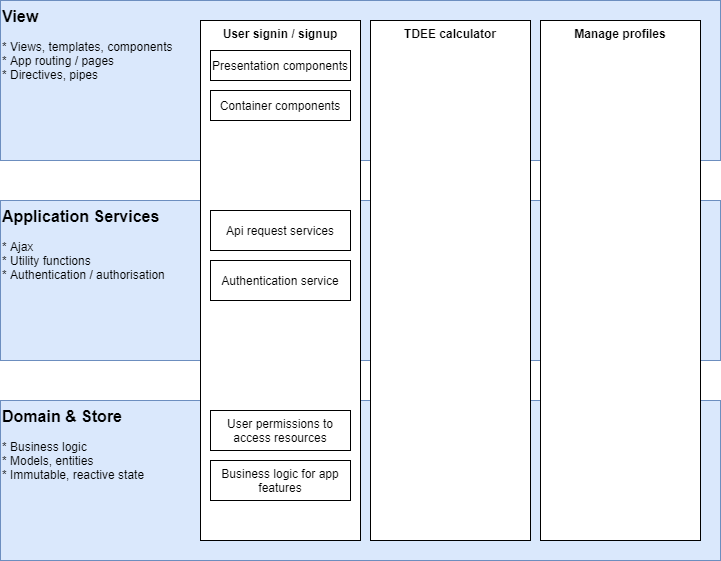
Above: doc-assets/3-layer-separation.png in nathan-andosen/3-layer-architecture (draw.io), before the change. Source tidied: cells renumbered, new cells last; positions are measured from the earlier drawing's top-left corner, leaving out a move shared by most shapes. Its diagram source:
```xml
<mxGraphModel>
  <root>
    <mxCell id="0" />
    <mxCell id="1" parent="0" />
    <mxCell id="2" value="&lt;font&gt;&lt;b style=&quot;font-size: 16px&quot;&gt;View&lt;/b&gt;&lt;br&gt;&lt;br&gt;&lt;font style=&quot;font-size: 12px&quot;&gt;* &lt;/font&gt;&lt;font style=&quot;font-size: 12px&quot;&gt;Views, templates, components&lt;br&gt;&lt;/font&gt;* App routing / pages&lt;br&gt;* Directives, pipes&lt;br&gt;&lt;/font&gt;" style="rounded=0;whiteSpace=wrap;html=1;align=left;verticalAlign=top;fillColor=#dae8fc;strokeColor=#6c8ebf;" parent="1" vertex="1">
      <mxGeometry width="720" height="160" as="geometry" />
    </mxCell>
    <mxCell id="3" value="&lt;font&gt;&lt;b style=&quot;font-size: 16px&quot;&gt;Application Services&lt;/b&gt;&lt;br&gt;&lt;br&gt;&lt;font style=&quot;font-size: 12px&quot;&gt;* Ajax&lt;br&gt;&lt;/font&gt;* Utility functions&lt;br&gt;* Authentication / authorisation&amp;nbsp;&lt;br&gt;&lt;/font&gt;" style="rounded=0;whiteSpace=wrap;html=1;align=left;verticalAlign=top;fillColor=#dae8fc;strokeColor=#6c8ebf;" parent="1" vertex="1">
      <mxGeometry y="200" width="720" height="160" as="geometry" />
    </mxCell>
    <mxCell id="4" value="&lt;font&gt;&lt;b style=&quot;font-size: 16px&quot;&gt;Domain &amp;amp; Store&lt;/b&gt;&lt;br&gt;&lt;br&gt;&lt;font style=&quot;font-size: 12px&quot;&gt;* Business logic&lt;br&gt;&lt;/font&gt;* Models, entities&lt;br&gt;* Immutable, reactive state&lt;br&gt;&lt;/font&gt;" style="rounded=0;whiteSpace=wrap;html=1;align=left;verticalAlign=top;fillColor=#dae8fc;strokeColor=#6c8ebf;" parent="1" vertex="1">
      <mxGeometry y="400" width="720" height="160" as="geometry" />
    </mxCell>
    <mxCell id="5" value="&lt;b&gt;&lt;font style=&quot;font-size: 12px&quot;&gt;User signin / signup&lt;/font&gt;&lt;/b&gt;" style="rounded=0;whiteSpace=wrap;html=1;align=center;verticalAlign=top;" parent="1" vertex="1">
      <mxGeometry x="200" y="20" width="160" height="520" as="geometry" />
    </mxCell>
    <mxCell id="6" value="&lt;b&gt;&lt;font style=&quot;font-size: 12px&quot;&gt;TDEE calculator&lt;/font&gt;&lt;/b&gt;" style="rounded=0;whiteSpace=wrap;html=1;align=center;verticalAlign=top;" parent="1" vertex="1">
      <mxGeometry x="370" y="20" width="160" height="520" as="geometry" />
    </mxCell>
    <mxCell id="7" value="&lt;b&gt;Manage profiles&lt;/b&gt;" style="rounded=0;whiteSpace=wrap;html=1;align=center;verticalAlign=top;" parent="1" vertex="1">
      <mxGeometry x="540" y="20" width="160" height="520" as="geometry" />
    </mxCell>
    <mxCell id="8" value="User permissions to access resources" style="rounded=0;whiteSpace=wrap;html=1;align=center;" parent="1" vertex="1">
      <mxGeometry x="210" y="410" width="140" height="40" as="geometry" />
    </mxCell>
    <mxCell id="9" value="Business logic for app features" style="rounded=0;whiteSpace=wrap;html=1;align=center;" parent="1" vertex="1">
      <mxGeometry x="210" y="460" width="140" height="40" as="geometry" />
    </mxCell>
    <mxCell id="10" value="Api request services" style="rounded=0;whiteSpace=wrap;html=1;align=center;" parent="1" vertex="1">
      <mxGeometry x="210" y="210" width="140" height="40" as="geometry" />
    </mxCell>
    <mxCell id="11" value="Presentation components" style="rounded=0;whiteSpace=wrap;html=1;align=center;" parent="1" vertex="1">
      <mxGeometry x="210" y="50" width="140" height="30" as="geometry" />
    </mxCell>
    <mxCell id="12" value="Container components" style="rounded=0;whiteSpace=wrap;html=1;align=center;" parent="1" vertex="1">
      <mxGeometry x="210" y="90" width="140" height="30" as="geometry" />
    </mxCell>
    <mxCell id="13" value="Authentication service" style="rounded=0;whiteSpace=wrap;html=1;align=center;" parent="1" vertex="1">
      <mxGeometry x="210" y="260" width="140" height="40" as="geometry" />
    </mxCell>
  </root>
</mxGraphModel>
```
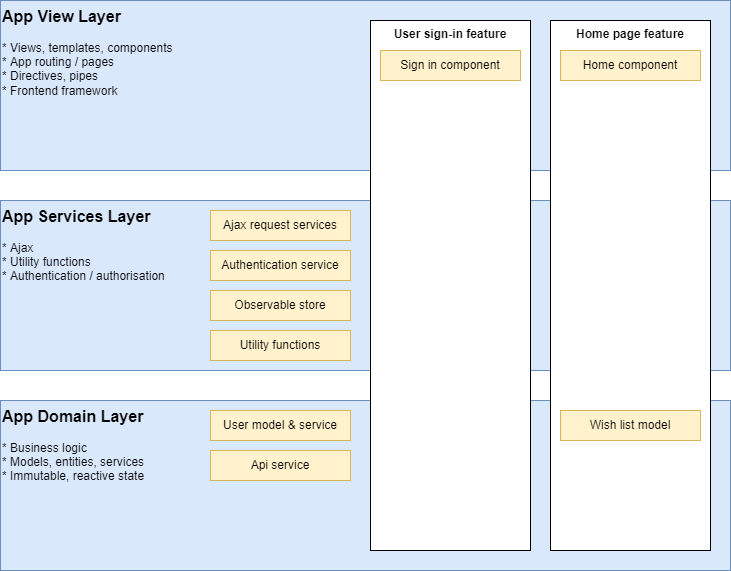
After the change.

The edit, as a diff of the source:
```diff
@@ -2,41 +2,47 @@
   <root>
     <mxCell id="0" />
     <mxCell id="1" parent="0" />
-    <mxCell id="2" value="&lt;font&gt;&lt;b style=&quot;font-size: 16px&quot;&gt;View&lt;/b&gt;&lt;br&gt;&lt;br&gt;&lt;font style=&quot;font-size: 12px&quot;&gt;* &lt;/font&gt;&lt;font style=&quot;font-size: 12px&quot;&gt;Views, templates, components&lt;br&gt;&lt;/font&gt;* App routing / pages&lt;br&gt;* Directives, pipes&lt;br&gt;&lt;/font&gt;" style="rounded=0;whiteSpace=wrap;html=1;align=left;verticalAlign=top;fillColor=#dae8fc;strokeColor=#6c8ebf;" parent="1" vertex="1">
-      <mxGeometry width="720" height="160" as="geometry" />
+    <mxCell id="2" value="&lt;font&gt;&lt;b style=&quot;font-size: 16px&quot;&gt;App View Layer&lt;/b&gt;&lt;br&gt;&lt;br&gt;&lt;font style=&quot;font-size: 12px&quot;&gt;* &lt;/font&gt;&lt;font style=&quot;font-size: 12px&quot;&gt;Views, templates, components&lt;br&gt;&lt;/font&gt;* App routing / pages&lt;br&gt;* Directives, pipes&lt;br&gt;* Frontend framework&lt;br&gt;&lt;/font&gt;" style="rounded=0;whiteSpace=wrap;html=1;align=left;verticalAlign=top;fillColor=#dae8fc;strokeColor=#6c8ebf;" parent="1" vertex="1">
+      <mxGeometry width="730" height="170" as="geometry" />
     </mxCell>
-    <mxCell id="3" value="&lt;font&gt;&lt;b style=&quot;font-size: 16px&quot;&gt;Application Services&lt;/b&gt;&lt;br&gt;&lt;br&gt;&lt;font style=&quot;font-size: 12px&quot;&gt;* Ajax&lt;br&gt;&lt;/font&gt;* Utility functions&lt;br&gt;* Authentication / authorisation&amp;nbsp;&lt;br&gt;&lt;/font&gt;" style="rounded=0;whiteSpace=wrap;html=1;align=left;verticalAlign=top;fillColor=#dae8fc;strokeColor=#6c8ebf;" parent="1" vertex="1">
-      <mxGeometry y="200" width="720" height="160" as="geometry" />
+    <mxCell id="3" value="&lt;font&gt;&lt;b style=&quot;font-size: 16px&quot;&gt;App Services Layer&lt;/b&gt;&lt;br&gt;&lt;br&gt;&lt;font style=&quot;font-size: 12px&quot;&gt;* Ajax&lt;br&gt;&lt;/font&gt;* Utility functions&lt;br&gt;* Authentication / authorisation&amp;nbsp;&lt;br&gt;&lt;/font&gt;" style="rounded=0;whiteSpace=wrap;html=1;align=left;verticalAlign=top;fillColor=#dae8fc;strokeColor=#6c8ebf;" parent="1" vertex="1">
+      <mxGeometry y="200" width="730" height="170" as="geometry" />
     </mxCell>
-    <mxCell id="4" value="&lt;font&gt;&lt;b style=&quot;font-size: 16px&quot;&gt;Domain &amp;amp; Store&lt;/b&gt;&lt;br&gt;&lt;br&gt;&lt;font style=&quot;font-size: 12px&quot;&gt;* Business logic&lt;br&gt;&lt;/font&gt;* Models, entities&lt;br&gt;* Immutable, reactive state&lt;br&gt;&lt;/font&gt;" style="rounded=0;whiteSpace=wrap;html=1;align=left;verticalAlign=top;fillColor=#dae8fc;strokeColor=#6c8ebf;" parent="1" vertex="1">
-      <mxGeometry y="400" width="720" height="160" as="geometry" />
+    <mxCell id="4" value="&lt;font&gt;&lt;b style=&quot;font-size: 16px&quot;&gt;App Domain Layer&lt;/b&gt;&lt;br&gt;&lt;br&gt;&lt;font style=&quot;font-size: 12px&quot;&gt;* Business logic&lt;br&gt;&lt;/font&gt;* Models, entities, services&lt;br&gt;* Immutable, reactive state&lt;br&gt;&lt;/font&gt;" style="rounded=0;whiteSpace=wrap;html=1;align=left;verticalAlign=top;fillColor=#dae8fc;strokeColor=#6c8ebf;" parent="1" vertex="1">
+      <mxGeometry y="400" width="730" height="170" as="geometry" />
     </mxCell>
-    <mxCell id="5" value="&lt;b&gt;&lt;font style=&quot;font-size: 12px&quot;&gt;User signin / signup&lt;/font&gt;&lt;/b&gt;" style="rounded=0;whiteSpace=wrap;html=1;align=center;verticalAlign=top;" parent="1" vertex="1">
-      <mxGeometry x="200" y="20" width="160" height="520" as="geometry" />
+    <mxCell id="5" value="&lt;b&gt;&lt;font style=&quot;font-size: 12px&quot;&gt;User sign-in feature&lt;/font&gt;&lt;/b&gt;" style="rounded=0;whiteSpace=wrap;html=1;align=center;verticalAlign=top;" parent="1" vertex="1">
+      <mxGeometry x="370" y="20" width="160" height="530" as="geometry" />
     </mxCell>
-    <mxCell id="6" value="&lt;b&gt;&lt;font style=&quot;font-size: 12px&quot;&gt;TDEE calculator&lt;/font&gt;&lt;/b&gt;" style="rounded=0;whiteSpace=wrap;html=1;align=center;verticalAlign=top;" parent="1" vertex="1">
-      <mxGeometry x="370" y="20" width="160" height="520" as="geometry" />
+    <mxCell id="6" value="&lt;b&gt;&lt;font style=&quot;font-size: 12px&quot;&gt;Home page feature&lt;/font&gt;&lt;/b&gt;" style="rounded=0;whiteSpace=wrap;html=1;align=center;verticalAlign=top;" parent="1" vertex="1">
+      <mxGeometry x="550" y="20" width="160" height="530" as="geometry" />
     </mxCell>
-    <mxCell id="7" value="&lt;b&gt;Manage profiles&lt;/b&gt;" style="rounded=0;whiteSpace=wrap;html=1;align=center;verticalAlign=top;" parent="1" vertex="1">
-      <mxGeometry x="540" y="20" width="160" height="520" as="geometry" />
-    </mxCell>
-    <mxCell id="8" value="User permissions to access resources" style="rounded=0;whiteSpace=wrap;html=1;align=center;" parent="1" vertex="1">
-      <mxGeometry x="210" y="410" width="140" height="40" as="geometry" />
+    <mxCell id="8" value="User model &amp;amp; service" style="rounded=0;whiteSpace=wrap;html=1;align=center;fillColor=#fff2cc;strokeColor=#d6b656;" parent="1" vertex="1">
+      <mxGeometry x="210" y="410" width="140" height="30" as="geometry" />
     </mxCell>
-    <mxCell id="9" value="Business logic for app features" style="rounded=0;whiteSpace=wrap;html=1;align=center;" parent="1" vertex="1">
-      <mxGeometry x="210" y="460" width="140" height="40" as="geometry" />
+    <mxCell id="9" value="Wish list model" style="rounded=0;whiteSpace=wrap;html=1;align=center;fillColor=#fff2cc;strokeColor=#d6b656;" parent="1" vertex="1">
+      <mxGeometry x="560" y="410" width="140" height="30" as="geometry" />
     </mxCell>
-    <mxCell id="10" value="Api request services" style="rounded=0;whiteSpace=wrap;html=1;align=center;" parent="1" vertex="1">
-      <mxGeometry x="210" y="210" width="140" height="40" as="geometry" />
+    <mxCell id="10" value="Ajax request services" style="rounded=0;whiteSpace=wrap;html=1;align=center;fillColor=#fff2cc;strokeColor=#d6b656;" parent="1" vertex="1">
+      <mxGeometry x="210" y="210" width="140" height="30" as="geometry" />
     </mxCell>
-    <mxCell id="11" value="Presentation components" style="rounded=0;whiteSpace=wrap;html=1;align=center;" parent="1" vertex="1">
-      <mxGeometry x="210" y="50" width="140" height="30" as="geometry" />
+    <mxCell id="11" value="Sign in component" style="rounded=0;whiteSpace=wrap;html=1;align=center;fillColor=#fff2cc;strokeColor=#d6b656;" parent="1" vertex="1">
+      <mxGeometry x="380" y="50" width="140" height="30" as="geometry" />
     </mxCell>
-    <mxCell id="12" value="Container components" style="rounded=0;whiteSpace=wrap;html=1;align=center;" parent="1" vertex="1">
-      <mxGeometry x="210" y="90" width="140" height="30" as="geometry" />
-    </mxCell>
-    <mxCell id="13" value="Authentication service" style="rounded=0;whiteSpace=wrap;html=1;align=center;" parent="1" vertex="1">
-      <mxGeometry x="210" y="260" width="140" height="40" as="geometry" />
+    <mxCell id="13" value="Authentication service" style="rounded=0;whiteSpace=wrap;html=1;align=center;fillColor=#fff2cc;strokeColor=#d6b656;" parent="1" vertex="1">
+      <mxGeometry x="210" y="250" width="140" height="30" as="geometry" />
     </mxCell>
+    <mxCell id="14" value="Observable store" style="rounded=0;whiteSpace=wrap;html=1;align=center;fillColor=#fff2cc;strokeColor=#d6b656;" parent="1" vertex="1">
+      <mxGeometry x="210" y="290" width="140" height="30" as="geometry" />
+    </mxCell>
+    <mxCell id="15" value="Utility functions" style="rounded=0;whiteSpace=wrap;html=1;align=center;fillColor=#fff2cc;strokeColor=#d6b656;" parent="1" vertex="1">
+      <mxGeometry x="210" y="330" width="140" height="30" as="geometry" />
+    </mxCell>
+    <mxCell id="16" value="Api service" style="rounded=0;whiteSpace=wrap;html=1;align=center;fillColor=#fff2cc;strokeColor=#d6b656;" parent="1" vertex="1">
+      <mxGeometry x="210" y="450" width="140" height="30" as="geometry" />
+    </mxCell>
+    <mxCell id="17" value="Home component" style="rounded=0;whiteSpace=wrap;html=1;align=center;fillColor=#fff2cc;strokeColor=#d6b656;" parent="1" vertex="1">
+      <mxGeometry x="560" y="50" width="140" height="30" as="geometry" />
+    </mxCell>
   </root>
 </mxGraphModel>
```
